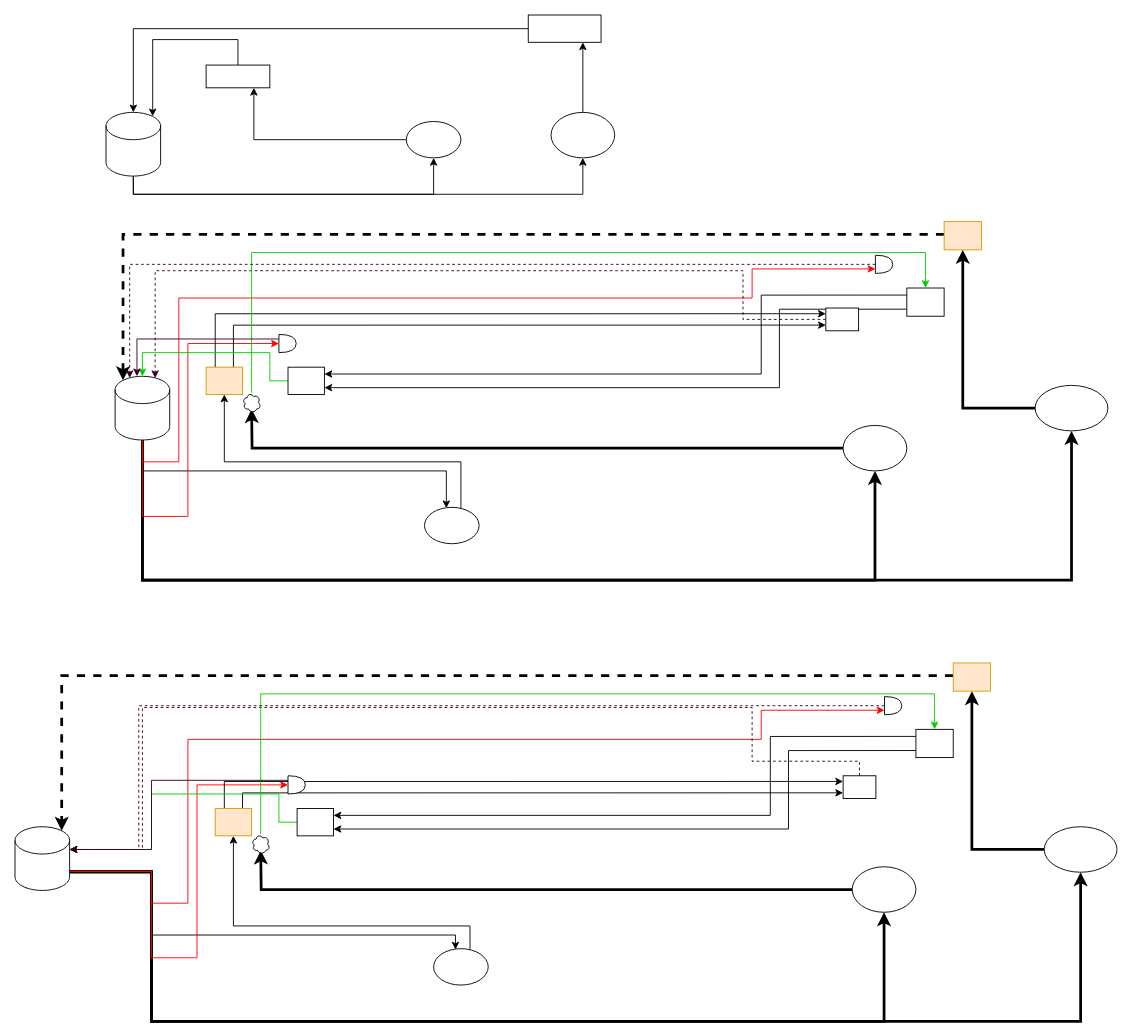
This is Untitled Diagram.drawio from clearriver/draw, a draw.io file, before an edit. Source tidied: cells renumbered, new cells numbered last; positions are measured from the earlier drawing's top-left corner, leaving out a move shared by most shapes. Both pictures are drawn from the tidied source at 91%, with x=0, y=0 at pixel (15, 15).
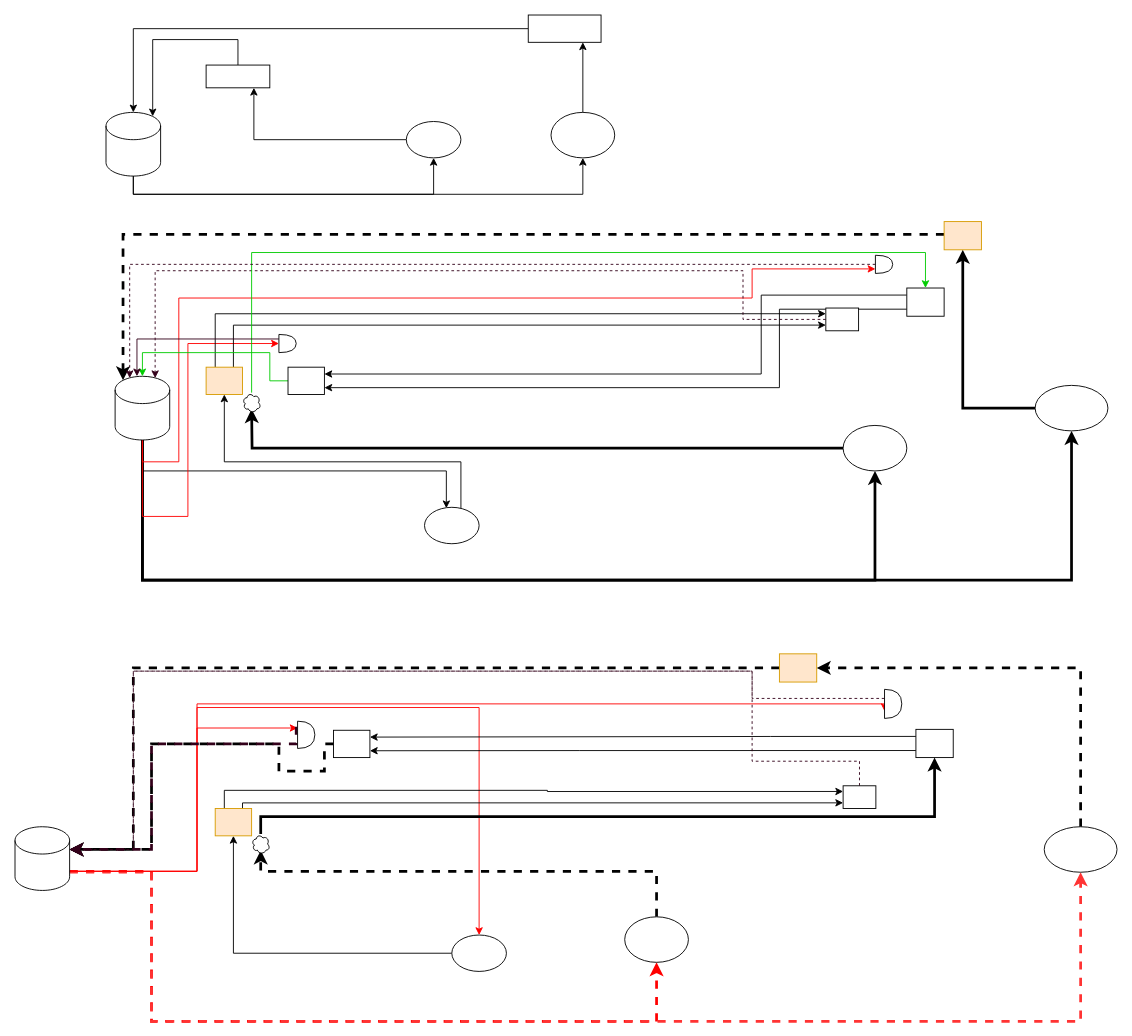
The same page after the edit.

Unchanged cells that the change refers to:
```xml
<mxCell id="48" style="shape=cylinder3;whiteSpace=wrap;html=1;boundedLbl=1;backgroundOutline=1;size=15;" parent="1" vertex="1">
  <mxGeometry y="892" width="60" height="70" as="geometry" />
</mxCell>
<mxCell id="55" style="rounded=0;whiteSpace=wrap;html=1;fillColor=#ffe6cc;strokeColor=#d79b00;" parent="1" vertex="1">
  <mxGeometry x="220" y="872" width="40" height="30" as="geometry" />
</mxCell>
<mxCell id="58" style="rounded=0;whiteSpace=wrap;html=1;" parent="1" vertex="1">
  <mxGeometry x="990" y="785" width="41" height="31" as="geometry" />
</mxCell>
<mxCell id="60" style="ellipse;whiteSpace=wrap;html=1;" parent="1" vertex="1">
  <mxGeometry x="1131" y="892" width="80" height="50" as="geometry" />
</mxCell>
<mxCell id="68" style="ellipse;shape=cloud;whiteSpace=wrap;html=1;" parent="1" vertex="1">
  <mxGeometry x="260" y="900" width="20" height="22" as="geometry" />
</mxCell>
```

The edit, as a diff of the source:
```diff
@@
-    <mxCell id="43" style="edgeStyle=orthogonalEdgeStyle;rounded=0;jettySize=auto;html=1;entryX=0.4;entryY=0.025;entryDx=0;entryDy=0;entryPerimeter=0;" parent="1" edge="1" source="48" target="50">
+    <mxCell id="43" style="edgeStyle=orthogonalEdgeStyle;rounded=0;jettySize=auto;html=1;entryX=0.5;entryY=0;entryDx=0;entryDy=0;strokeColor=#FF0000;" parent="1" edge="1" source="48" target="50">
       <mxGeometry relative="1" as="geometry">
         <Array as="points">
-          <mxPoint x="150" y="941" />
-          <mxPoint x="150" y="1011" />
-          <mxPoint x="484" y="1011" />
+          <mxPoint x="200" y="941" />
+          <mxPoint x="200" y="761" />
+          <mxPoint x="510" y="761" />
         </Array>
       </mxGeometry>
     </mxCell>
-    <mxCell id="44" style="edgeStyle=orthogonalEdgeStyle;rounded=0;jettySize=auto;html=1;entryX=0.5;entryY=1;entryDx=0;entryDy=0;strokeWidth=3;" parent="1" edge="1" source="48" target="52">
+    <mxCell id="44" style="edgeStyle=orthogonalEdgeStyle;rounded=0;jettySize=auto;html=1;entryX=0.5;entryY=1;entryDx=0;entryDy=0;strokeWidth=3;strokeColor=#FF0000;dashed=1;" parent="1" edge="1" source="48" target="52">
       <mxGeometry relative="1" as="geometry">
         <Array as="points">
           <mxPoint x="150" y="941" />
           <mxPoint x="150" y="1106" />
-          <mxPoint x="955" y="1106" />
+          <mxPoint x="705" y="1106" />
         </Array>
       </mxGeometry>
     </mxCell>
-    <mxCell id="45" style="edgeStyle=orthogonalEdgeStyle;rounded=0;jettySize=auto;html=1;entryX=0.5;entryY=1;entryDx=0;entryDy=0;strokeWidth=3;" parent="1" edge="1" source="48" target="60">
+    <mxCell id="45" style="edgeStyle=orthogonalEdgeStyle;rounded=0;jettySize=auto;html=1;entryX=0.5;entryY=1;entryDx=0;entryDy=0;strokeWidth=3;fillColor=#f8cecc;strokeColor=#FF3333;dashed=1;" parent="1" edge="1" source="48" target="60">
       <mxGeometry relative="1" as="geometry">
         <Array as="points">
           <mxPoint x="150" y="942" />
           <mxPoint x="150" y="1106" />
           <mxPoint x="1171" y="1106" />
         </Array>
       </mxGeometry>
     </mxCell>
-    <mxCell id="46" style="edgeStyle=orthogonalEdgeStyle;rounded=0;jettySize=auto;html=1;entryX=0;entryY=0.5;entryDx=0;entryDy=0;entryPerimeter=0;strokeWidth=1;strokeColor=#FF0000;" parent="1" edge="1" source="48" target="72">
+    <mxCell id="46" style="edgeStyle=orthogonalEdgeStyle;rounded=0;jettySize=auto;html=1;entryX=0;entryY=0.25;entryDx=0;entryDy=0;entryPerimeter=0;strokeWidth=1;strokeColor=#FF0000;" parent="1" edge="1" source="48" target="72">
       <mxGeometry relative="1" as="geometry">
         <Array as="points">
-          <mxPoint x="150" y="941" />
-          <mxPoint x="150" y="1036" />
-          <mxPoint x="200" y="1036" />
-          <mxPoint x="200" y="846" />
+          <mxPoint x="200" y="941" />
+          <mxPoint x="200" y="784" />
         </Array>
       </mxGeometry>
     </mxCell>
     <mxCell id="47" style="edgeStyle=orthogonalEdgeStyle;rounded=0;jettySize=auto;html=1;entryX=0;entryY=0.75;entryDx=0;entryDy=0;entryPerimeter=0;startSize=6;endSize=6;strokeColor=#FF0000;strokeWidth=1;" parent="1" edge="1" source="48" target="70">
       <mxGeometry relative="1" as="geometry">
         <Array as="points">
-          <mxPoint x="150" y="941" />
-          <mxPoint x="150" y="976" />
-          <mxPoint x="190" y="976" />
-          <mxPoint x="190" y="796" />
-          <mxPoint x="820" y="796" />
-          <mxPoint x="820" y="764" />
+          <mxPoint x="200" y="941" />
+          <mxPoint x="200" y="757" />
+          <mxPoint x="956" y="757" />
         </Array>
       </mxGeometry>
     </mxCell>
@@
-    <mxCell id="49" style="edgeStyle=orthogonalEdgeStyle;rounded=0;jettySize=auto;html=1;entryX=0.5;entryY=1;entryDx=0;entryDy=0;exitX=0.667;exitY=0.025;exitDx=0;exitDy=0;exitPerimeter=0;" parent="1" edge="1" source="50" target="55">
+    <mxCell id="49" style="edgeStyle=orthogonalEdgeStyle;rounded=0;jettySize=auto;html=1;entryX=0.5;entryY=1;entryDx=0;entryDy=0;exitX=0;exitY=0.5;exitDx=0;exitDy=0;" parent="1" edge="1" source="50" target="55">
       <mxGeometry relative="1" as="geometry">
         <Array as="points">
-          <mxPoint x="500" y="1001" />
-          <mxPoint x="240" y="1001" />
+          <mxPoint x="240" y="1031" />
         </Array>
       </mxGeometry>
     </mxCell>
     <mxCell id="50" style="ellipse;whiteSpace=wrap;html=1;" parent="1" vertex="1">
-      <mxGeometry x="460" y="1026" width="60" height="40" as="geometry" />
+      <mxGeometry x="480" y="1011" width="60" height="40" as="geometry" />
     </mxCell>
-    <mxCell id="51" style="edgeStyle=orthogonalEdgeStyle;rounded=0;jettySize=auto;html=1;strokeWidth=3;" parent="1" edge="1" source="52">
+    <mxCell id="51" style="edgeStyle=orthogonalEdgeStyle;rounded=0;jettySize=auto;html=1;strokeWidth=3;dashed=1;" parent="1" edge="1" source="52">
       <mxGeometry relative="1" as="geometry">
         <mxPoint x="270" y="918" as="targetPoint" />
+        <Array as="points">
+          <mxPoint x="270" y="941" />
+        </Array>
       </mxGeometry>
     </mxCell>
     <mxCell id="52" style="ellipse;whiteSpace=wrap;html=1;" parent="1" vertex="1">
-      <mxGeometry x="920" y="936" width="70" height="50" as="geometry" />
+      <mxGeometry x="670" y="991" width="70" height="50" as="geometry" />
     </mxCell>
     <mxCell id="53" style="edgeStyle=orthogonalEdgeStyle;rounded=0;jettySize=auto;html=1;exitX=0.75;exitY=0;exitDx=0;exitDy=0;entryX=0;entryY=0.75;entryDx=0;entryDy=0;" parent="1" edge="1" source="55" target="64">
       <mxGeometry relative="1" as="geometry">
         <Array as="points">
-          <mxPoint x="250" y="855" />
+          <mxPoint x="250" y="866" />
         </Array>
       </mxGeometry>
     </mxCell>
@@
     <mxCell id="56" style="edgeStyle=orthogonalEdgeStyle;rounded=0;jettySize=auto;html=1;exitX=0;exitY=0.25;exitDx=0;exitDy=0;entryX=1;entryY=0.25;entryDx=0;entryDy=0;" parent="1" edge="1" source="58" target="66">
       <mxGeometry relative="1" as="geometry">
         <Array as="points">
           <mxPoint x="830" y="793" />
-          <mxPoint x="830" y="880" />
+          <mxPoint x="830" y="794" />
         </Array>
       </mxGeometry>
     </mxCell>
     <mxCell id="57" style="edgeStyle=orthogonalEdgeStyle;rounded=0;jettySize=auto;html=1;exitX=0;exitY=0.75;exitDx=0;exitDy=0;entryX=1;entryY=0.75;entryDx=0;entryDy=0;" parent="1" edge="1" source="58" target="66">
       <mxGeometry relative="1" as="geometry">
         <Array as="points">
-          <mxPoint x="850" y="808" />
-          <mxPoint x="850" y="895" />
+          <mxPoint x="620" y="809" />
+          <mxPoint x="620" y="809" />
         </Array>
       </mxGeometry>
     </mxCell>
@@
-    <mxCell id="59" style="edgeStyle=orthogonalEdgeStyle;rounded=0;jettySize=auto;html=1;entryX=0.5;entryY=1;entryDx=0;entryDy=0;strokeWidth=3;" parent="1" edge="1" source="60" target="62">
-      <mxGeometry relative="1" as="geometry" />
+    <mxCell id="59" style="edgeStyle=orthogonalEdgeStyle;rounded=0;jettySize=auto;html=1;entryX=1;entryY=0.5;entryDx=0;entryDy=0;strokeWidth=3;dashed=1;" parent="1" edge="1" source="60" target="62">
+      <mxGeometry relative="1" as="geometry">
+        <Array as="points">
+          <mxPoint x="1171" y="717" />
+        </Array>
+      </mxGeometry>
     </mxCell>
@@
-    <mxCell id="61" style="edgeStyle=orthogonalEdgeStyle;rounded=0;jettySize=auto;html=1;entryX=0.855;entryY=0;entryDx=0;entryDy=4.35;entryPerimeter=0;strokeWidth=3;dashed=1;" parent="1" edge="1" source="62" target="48">
+    <mxCell id="61" style="edgeStyle=orthogonalEdgeStyle;rounded=0;jettySize=auto;html=1;entryX=1;entryY=0;entryDx=0;entryDy=25;entryPerimeter=0;strokeWidth=3;dashed=1;" parent="1" edge="1" source="62" target="48">
       <mxGeometry relative="1" as="geometry">
         <Array as="points">
-          <mxPoint x="51" y="726" />
+          <mxPoint x="130" y="717" />
+          <mxPoint x="130" y="917" />
         </Array>
       </mxGeometry>
     </mxCell>
     <mxCell id="62" style="rounded=0;whiteSpace=wrap;html=1;fillColor=#ffe6cc;strokeColor=#d79b00;" parent="1" vertex="1">
-      <mxGeometry x="1031" y="712" width="41" height="31" as="geometry" />
+      <mxGeometry x="840" y="702" width="41" height="31" as="geometry" />
     </mxCell>
     <mxCell id="63" style="edgeStyle=orthogonalEdgeStyle;rounded=0;jettySize=auto;html=1;startSize=6;endSize=6;strokeColor=#33001A;strokeWidth=1;entryX=1;entryY=0;entryDx=0;entryDy=25;entryPerimeter=0;dashed=1;" parent="1" edge="1" source="64" target="48">
       <mxGeometry relative="1" as="geometry">
         <Array as="points">
           <mxPoint x="928" y="820" />
           <mxPoint x="810" y="820" />
-          <mxPoint x="810" y="761" />
-          <mxPoint x="140" y="761" />
-          <mxPoint x="140" y="917" />
+          <mxPoint x="810" y="721" />
+          <mxPoint x="130" y="721" />
+          <mxPoint x="130" y="917" />
         </Array>
       </mxGeometry>
     </mxCell>
     <mxCell id="64" style="rounded=0;whiteSpace=wrap;html=1;" parent="1" vertex="1">
-      <mxGeometry x="910" y="836" width="36" height="25" as="geometry" />
+      <mxGeometry x="910" y="847" width="36" height="25" as="geometry" />
     </mxCell>
-    <mxCell id="65" style="edgeStyle=orthogonalEdgeStyle;rounded=0;jettySize=auto;html=1;entryX=1;entryY=0;entryDx=0;entryDy=25;entryPerimeter=0;fillColor=#f8cecc;exitX=0;exitY=0.5;exitDx=0;exitDy=0;strokeColor=#00CC00;" parent="1" edge="1" source="66" target="48">
+    <mxCell id="65" style="edgeStyle=orthogonalEdgeStyle;rounded=0;jettySize=auto;html=1;entryX=1;entryY=0;entryDx=0;entryDy=25;entryPerimeter=0;fillColor=#f8cecc;exitX=0;exitY=0.5;exitDx=0;exitDy=0;dashed=1;strokeWidth=3;" parent="1" edge="1" source="66" target="48">
       <mxGeometry relative="1" as="geometry">
         <Array as="points">
-          <mxPoint x="290" y="887" />
-          <mxPoint x="290" y="856" />
-          <mxPoint x="150" y="856" />
+          <mxPoint x="340" y="801" />
+          <mxPoint x="340" y="831" />
+          <mxPoint x="290" y="831" />
+          <mxPoint x="290" y="801" />
+          <mxPoint x="150" y="801" />
           <mxPoint x="150" y="917" />
         </Array>
       </mxGeometry>
     </mxCell>
     <mxCell id="66" style="rounded=0;whiteSpace=wrap;html=1;" parent="1" vertex="1">
-      <mxGeometry x="310" y="872" width="40" height="30" as="geometry" />
+      <mxGeometry x="350" y="786" width="40" height="30" as="geometry" />
     </mxCell>
-    <mxCell id="67" style="edgeStyle=orthogonalEdgeStyle;rounded=0;jettySize=auto;html=1;entryX=0.5;entryY=0;entryDx=0;entryDy=0;strokeColor=#00CC00;" parent="1" edge="1" source="68" target="58">
+    <mxCell id="67" style="edgeStyle=orthogonalEdgeStyle;rounded=0;jettySize=auto;html=1;entryX=0.5;entryY=1;entryDx=0;entryDy=0;strokeWidth=3;" parent="1" edge="1" source="68" target="58">
       <mxGeometry relative="1" as="geometry">
         <Array as="points">
-          <mxPoint x="270" y="746" />
-          <mxPoint x="1011" y="746" />
+          <mxPoint x="270" y="881" />
+          <mxPoint x="1011" y="881" />
         </Array>
       </mxGeometry>
     </mxCell>
@@
     <mxCell id="69" style="edgeStyle=orthogonalEdgeStyle;rounded=0;jettySize=auto;html=1;entryX=1;entryY=0;entryDx=0;entryDy=25;entryPerimeter=0;startSize=6;endSize=6;strokeWidth=1;strokeColor=#33001A;dashed=1;" parent="1" edge="1" source="70" target="48">
       <mxGeometry relative="1" as="geometry">
         <Array as="points">
-          <mxPoint x="136" y="759" />
-          <mxPoint x="136" y="917" />
+          <mxPoint x="810" y="751" />
+          <mxPoint x="810" y="721" />
+          <mxPoint x="130" y="721" />
+          <mxPoint x="130" y="917" />
         </Array>
       </mxGeometry>
     </mxCell>
     <mxCell id="70" style="shape=or;whiteSpace=wrap;html=1;" parent="1" vertex="1">
-      <mxGeometry x="955.5" y="749" width="19" height="20" as="geometry" />
+      <mxGeometry x="955.5" y="741" width="19" height="32" as="geometry" />
     </mxCell>
-    <mxCell id="71" style="edgeStyle=orthogonalEdgeStyle;rounded=0;jettySize=auto;html=1;entryX=1;entryY=0;entryDx=0;entryDy=25;entryPerimeter=0;strokeWidth=1;exitX=0;exitY=0.25;exitDx=0;exitDy=0;exitPerimeter=0;strokeColor=#33001A;endSize=6;startSize=6;" parent="1" edge="1" source="72" target="48">
+    <mxCell id="71" style="edgeStyle=orthogonalEdgeStyle;rounded=0;jettySize=auto;html=1;entryX=1;entryY=0;entryDx=0;entryDy=25;entryPerimeter=0;strokeWidth=3;exitX=0;exitY=0.25;exitDx=0;exitDy=0;exitPerimeter=0;strokeColor=#33001A;endSize=6;startSize=6;dashed=1;" parent="1" edge="1" source="72" target="48">
       <mxGeometry relative="1" as="geometry">
         <Array as="points">
-          <mxPoint x="150" y="841" />
+          <mxPoint x="309" y="784" />
+          <mxPoint x="309" y="801" />
+          <mxPoint x="150" y="801" />
           <mxPoint x="150" y="917" />
         </Array>
       </mxGeometry>
     </mxCell>
     <mxCell id="72" style="shape=or;whiteSpace=wrap;html=1;" parent="1" vertex="1">
-      <mxGeometry x="300" y="836" width="19" height="20" as="geometry" />
+      <mxGeometry x="310.5" y="776" width="19" height="30" as="geometry" />
     </mxCell>
```
